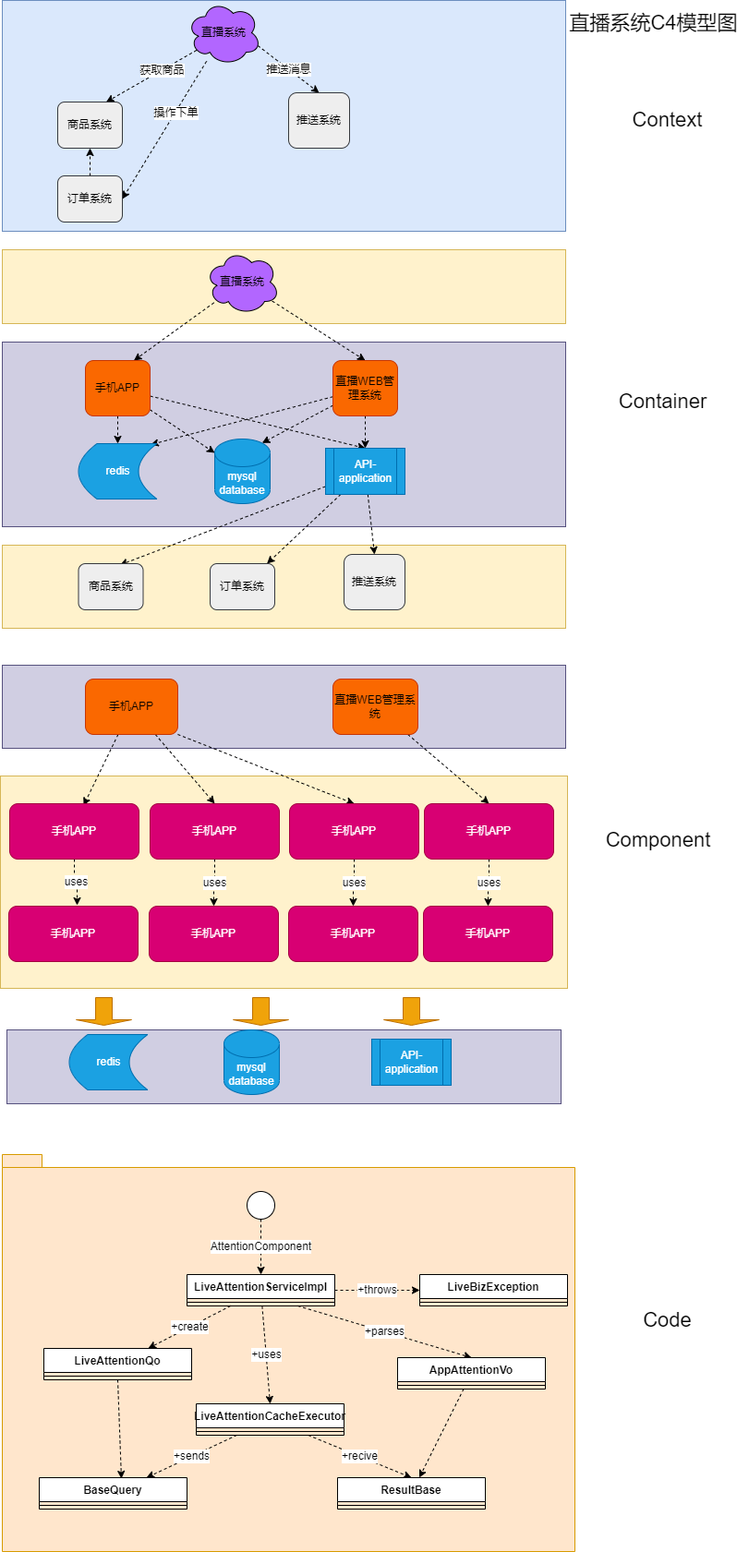
Above: live_c4.png in MrPeachHua/draw (draw.io), before the change. Source tidied: cells renumbered, new cells last; positions are measured from the earlier drawing's top-left corner, leaving out a move shared by most shapes.
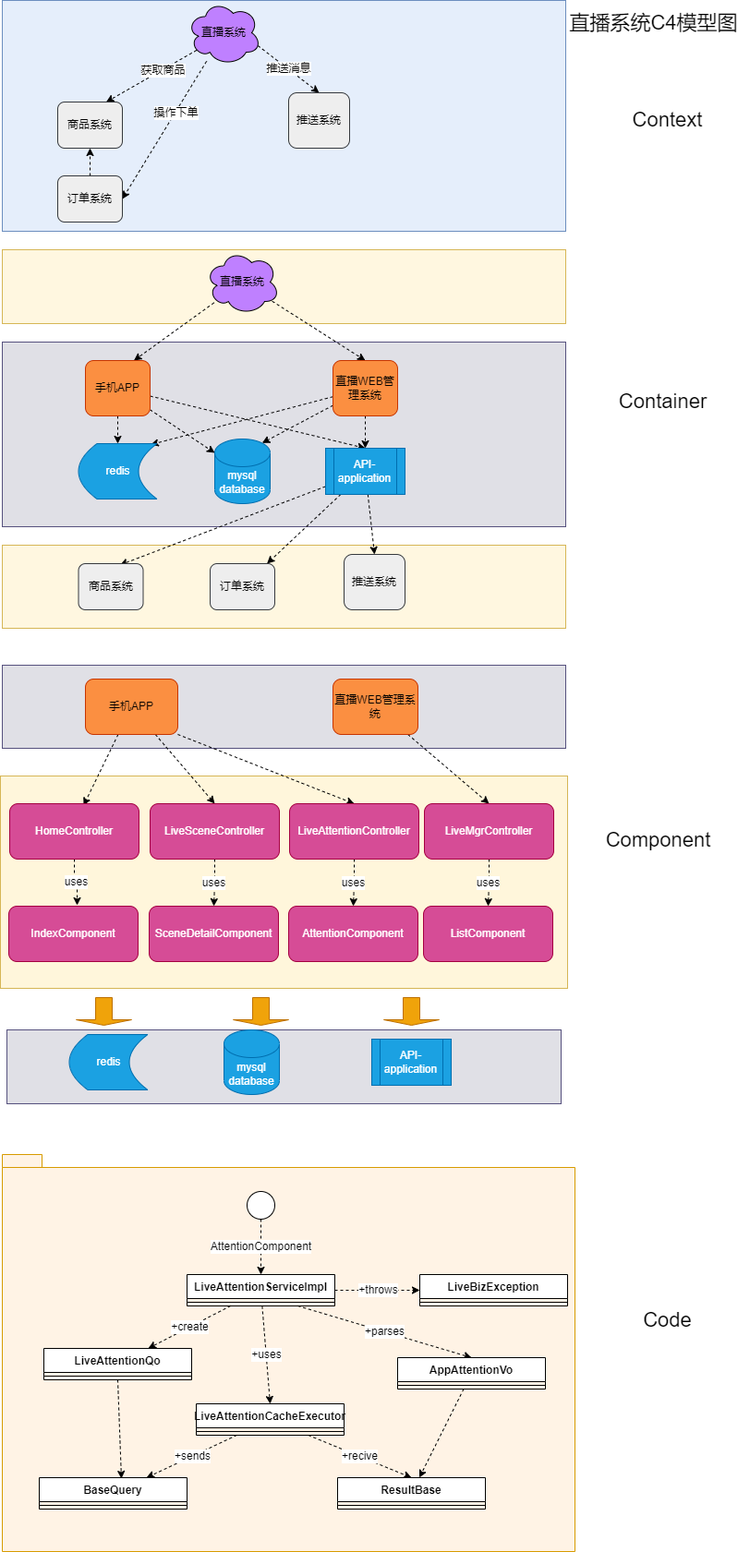
The same file after the commit.

What changed in the source:
```diff
@@ -2,16 +2,16 @@
   <root>
     <mxCell id="0" />
     <mxCell id="1" parent="0" />
-    <mxCell id="2" style="rounded=0;whiteSpace=wrap;html=1;fillColor=#fff2cc;strokeColor=#d6b656;" parent="1" vertex="1">
+    <mxCell id="2" style="rounded=0;whiteSpace=wrap;html=1;fillColor=#FFF6DB;strokeColor=#d6b656;" parent="1" vertex="1">
       <mxGeometry y="840" width="614" height="230" as="geometry" />
     </mxCell>
-    <mxCell id="3" style="rounded=0;whiteSpace=wrap;html=1;fillColor=#d0cee2;strokeColor=#56517e;" parent="1" vertex="1">
+    <mxCell id="3" style="rounded=0;whiteSpace=wrap;html=1;fillColor=#E0E0E6;strokeColor=#56517e;" parent="1" vertex="1">
       <mxGeometry x="2" y="370" width="610" height="200" as="geometry" />
     </mxCell>
-    <mxCell id="4" style="rounded=0;whiteSpace=wrap;html=1;fillColor=#fff2cc;strokeColor=#d6b656;" parent="1" vertex="1">
+    <mxCell id="4" style="rounded=0;whiteSpace=wrap;html=1;fillColor=#FFF7E0;strokeColor=#d6b656;" parent="1" vertex="1">
       <mxGeometry x="2" y="590" width="610" height="90" as="geometry" />
     </mxCell>
-    <mxCell id="5" style="rounded=0;whiteSpace=wrap;html=1;fillColor=#dae8fc;strokeColor=#6c8ebf;" parent="1" vertex="1">
+    <mxCell id="5" style="rounded=0;whiteSpace=wrap;html=1;fillColor=#E5EEFB;strokeColor=#6c8ebf;" parent="1" vertex="1">
       <mxGeometry x="2" width="610" height="250" as="geometry" />
     </mxCell>
     <mxCell id="6" style="rounded=0;jettySize=auto;html=1;exitX=0.13;exitY=0.77;exitDx=0;exitDy=0;exitPerimeter=0;entryX=0.75;entryY=0;entryDx=0;entryDy=0;dashed=1;" parent="1" edge="1" source="11" target="12">
@@ -29,7 +29,7 @@
     <mxCell id="10" value="操作下单" style="edgeLabel;html=1;align=center;verticalAlign=middle;" parent="9" vertex="1">
       <mxGeometry x="-0.26" relative="1" as="geometry" />
     </mxCell>
-    <mxCell id="11" value="直播系统" style="ellipse;shape=cloud;whiteSpace=wrap;html=1;fillColor=#B266FF;" parent="1" vertex="1">
+    <mxCell id="11" value="直播系统" style="ellipse;shape=cloud;whiteSpace=wrap;html=1;fillColor=#BF80FF;" parent="1" vertex="1">
       <mxGeometry x="202" width="80" height="70" as="geometry" />
     </mxCell>
     <mxCell id="12" value="商品系统" style="rounded=1;whiteSpace=wrap;html=1;fillColor=#eeeeee;strokeColor=#36393d;" parent="1" vertex="1">
@@ -44,7 +44,7 @@
     <mxCell id="15" value="推送系统" style="rounded=1;whiteSpace=wrap;html=1;fillColor=#eeeeee;strokeColor=#36393d;" parent="1" vertex="1">
       <mxGeometry x="312" y="100" width="66" height="60" as="geometry" />
     </mxCell>
-    <mxCell id="16" style="rounded=0;whiteSpace=wrap;html=1;fillColor=#fff2cc;strokeColor=#d6b656;" parent="1" vertex="1">
+    <mxCell id="16" style="rounded=0;whiteSpace=wrap;html=1;fillColor=#FFF7E0;strokeColor=#d6b656;" parent="1" vertex="1">
       <mxGeometry x="2" y="270" width="610" height="80" as="geometry" />
     </mxCell>
     <mxCell id="17" style="edgeStyle=none;rounded=0;jettySize=auto;html=1;entryX=0.75;entryY=0;entryDx=0;entryDy=0;dashed=1;fontSize=22;" parent="1" edge="1" source="19" target="23">
@@ -53,7 +53,7 @@
     <mxCell id="18" style="edgeStyle=none;rounded=0;jettySize=auto;html=1;entryX=0.5;entryY=0;entryDx=0;entryDy=0;dashed=1;fontSize=22;" parent="1" edge="1" source="19" target="27">
       <mxGeometry relative="1" as="geometry" />
     </mxCell>
-    <mxCell id="19" value="直播系统" style="ellipse;shape=cloud;whiteSpace=wrap;html=1;fillColor=#B266FF;" parent="1" vertex="1">
+    <mxCell id="19" value="直播系统" style="ellipse;shape=cloud;whiteSpace=wrap;html=1;fillColor=#BF80FF;" parent="1" vertex="1">
       <mxGeometry x="222" y="270" width="80" height="70" as="geometry" />
     </mxCell>
     <mxCell id="20" style="edgeStyle=none;rounded=0;jettySize=auto;html=1;exitX=0.5;exitY=1;exitDx=0;exitDy=0;entryX=0.5;entryY=0;entryDx=0;entryDy=0;dashed=1;" parent="1" edge="1" source="23" target="29">
@@ -65,7 +65,7 @@
     <mxCell id="22" style="edgeStyle=none;rounded=0;jettySize=auto;html=1;entryX=0.5;entryY=0;entryDx=0;entryDy=0;dashed=1;" parent="1" edge="1" source="23" target="33">
       <mxGeometry relative="1" as="geometry" />
     </mxCell>
-    <mxCell id="23" value="手机APP" style="rounded=1;whiteSpace=wrap;html=1;fillColor=#fa6800;fontColor=#000000;strokeColor=#C73500;" parent="1" vertex="1">
+    <mxCell id="23" value="手机APP" style="rounded=1;whiteSpace=wrap;html=1;fillColor=#FB8F41;fontColor=#000000;strokeColor=#C73500;" parent="1" vertex="1">
       <mxGeometry x="92" y="390" width="70" height="60" as="geometry" />
     </mxCell>
     <mxCell id="24" style="edgeStyle=none;rounded=0;jettySize=auto;html=1;entryX=0.92;entryY=0.018;entryDx=0;entryDy=0;entryPerimeter=0;dashed=1;" parent="1" edge="1" source="27" target="29">
@@ -77,7 +77,7 @@
     <mxCell id="26" style="edgeStyle=none;rounded=0;jettySize=auto;html=1;dashed=1;" parent="1" edge="1" source="27" target="33">
       <mxGeometry relative="1" as="geometry" />
     </mxCell>
-    <mxCell id="27" value="直播WEB管理系统" style="rounded=1;whiteSpace=wrap;html=1;fillColor=#fa6800;fontColor=#000000;strokeColor=#C73500;" parent="1" vertex="1">
+    <mxCell id="27" value="直播WEB管理系统" style="rounded=1;whiteSpace=wrap;html=1;fillColor=#FB8F41;fontColor=#000000;strokeColor=#C73500;" parent="1" vertex="1">
       <mxGeometry x="360" y="390" width="70" height="60" as="geometry" />
     </mxCell>
     <mxCell id="28" value="mysql database" style="shape=cylinder3;whiteSpace=wrap;html=1;boundedLbl=1;backgroundOutline=1;size=15;fillColor=#1ba1e2;fontColor=#ffffff;strokeColor=#006EAF;" parent="1" vertex="1">
@@ -107,7 +107,7 @@
     <mxCell id="36" value="订单系统" style="rounded=1;whiteSpace=wrap;html=1;fillColor=#eeeeee;strokeColor=#36393d;" parent="1" vertex="1">
       <mxGeometry x="227" y="610" width="70" height="50" as="geometry" />
     </mxCell>
-    <mxCell id="37" style="rounded=0;whiteSpace=wrap;html=1;fillColor=#d0cee2;strokeColor=#56517e;" parent="1" vertex="1">
+    <mxCell id="37" style="rounded=0;whiteSpace=wrap;html=1;fillColor=#E0E0E6;strokeColor=#56517e;" parent="1" vertex="1">
       <mxGeometry x="2" y="720" width="610" height="90" as="geometry" />
     </mxCell>
     <mxCell id="38" style="edgeStyle=none;rounded=0;jettySize=auto;html=1;entryX=0.571;entryY=0.033;entryDx=0;entryDy=0;entryPerimeter=0;dashed=1;" parent="1" edge="1" source="41" target="62">
@@ -119,16 +119,16 @@
     <mxCell id="40" style="edgeStyle=none;rounded=0;jettySize=auto;html=1;exitX=1;exitY=1;exitDx=0;exitDy=0;entryX=0.5;entryY=0;entryDx=0;entryDy=0;dashed=1;" parent="1" edge="1" source="41" target="58">
       <mxGeometry relative="1" as="geometry" />
     </mxCell>
-    <mxCell id="41" value="手机APP" style="rounded=1;whiteSpace=wrap;html=1;fillColor=#fa6800;fontColor=#000000;strokeColor=#C73500;" parent="1" vertex="1">
+    <mxCell id="41" value="手机APP" style="rounded=1;whiteSpace=wrap;html=1;fillColor=#FB8F41;fontColor=#000000;strokeColor=#C73500;" parent="1" vertex="1">
       <mxGeometry x="92" y="735" width="100" height="60" as="geometry" />
     </mxCell>
     <mxCell id="42" style="edgeStyle=none;rounded=0;jettySize=auto;html=1;entryX=0.5;entryY=0;entryDx=0;entryDy=0;dashed=1;" parent="1" edge="1" source="43" target="60">
       <mxGeometry relative="1" as="geometry" />
     </mxCell>
-    <mxCell id="43" value="直播WEB管理系统" style="rounded=1;whiteSpace=wrap;html=1;fillColor=#fa6800;fontColor=#000000;strokeColor=#C73500;" parent="1" vertex="1">
+    <mxCell id="43" value="直播WEB管理系统" style="rounded=1;whiteSpace=wrap;html=1;fillColor=#FB8F41;fontColor=#000000;strokeColor=#C73500;" parent="1" vertex="1">
       <mxGeometry x="360" y="735" width="92" height="60" as="geometry" />
     </mxCell>
-    <mxCell id="44" style="rounded=0;whiteSpace=wrap;html=1;fillColor=#d0cee2;strokeColor=#56517e;" parent="1" vertex="1">
+    <mxCell id="44" style="rounded=0;whiteSpace=wrap;html=1;fillColor=#E0E0E6;strokeColor=#56517e;" parent="1" vertex="1">
       <mxGeometry x="7" y="1115" width="600" height="80" as="geometry" />
     </mxCell>
     <mxCell id="45" value="redis" style="shape=dataStorage;whiteSpace=wrap;html=1;fixedSize=1;fillColor=#1ba1e2;fontColor=#ffffff;strokeColor=#006EAF;" parent="1" vertex="1">
@@ -149,34 +149,34 @@
     <mxCell id="50" style="shape=singleArrow;direction=south;whiteSpace=wrap;html=1;fillColor=#f0a30a;fontColor=#000000;strokeColor=#BD7000;" parent="1" vertex="1">
       <mxGeometry x="415" y="1080" width="60" height="30" as="geometry" />
     </mxCell>
-    <mxCell id="51" value="手机APP" style="rounded=1;whiteSpace=wrap;html=1;fillColor=#d80073;fontColor=#ffffff;strokeColor=#A50040;" parent="1" vertex="1">
+    <mxCell id="51" value="SceneDetailComponent" style="rounded=1;whiteSpace=wrap;html=1;fillColor=#D64C96;fontColor=#ffffff;strokeColor=#A50040;" parent="1" vertex="1">
       <mxGeometry x="161" y="981" width="140" height="60" as="geometry" />
     </mxCell>
-    <mxCell id="52" value="手机APP" style="rounded=1;whiteSpace=wrap;html=1;fillColor=#d80073;fontColor=#ffffff;strokeColor=#A50040;" parent="1" vertex="1">
+    <mxCell id="52" value="AttentionComponent" style="rounded=1;whiteSpace=wrap;html=1;fillColor=#D64C96;fontColor=#ffffff;strokeColor=#A50040;" parent="1" vertex="1">
       <mxGeometry x="312" y="981" width="140" height="60" as="geometry" />
     </mxCell>
-    <mxCell id="53" value="手机APP" style="rounded=1;whiteSpace=wrap;html=1;fillColor=#d80073;fontColor=#ffffff;strokeColor=#A50040;" parent="1" vertex="1">
+    <mxCell id="53" value="ListComponent" style="rounded=1;whiteSpace=wrap;html=1;fillColor=#D64C96;fontColor=#ffffff;strokeColor=#A50040;" parent="1" vertex="1">
       <mxGeometry x="458" y="981" width="140" height="60" as="geometry" />
     </mxCell>
-    <mxCell id="54" value="手机APP" style="rounded=1;whiteSpace=wrap;html=1;fillColor=#d80073;fontColor=#ffffff;strokeColor=#A50040;" parent="1" vertex="1">
+    <mxCell id="54" value="IndexComponent" style="rounded=1;whiteSpace=wrap;html=1;fillColor=#D64C96;fontColor=#ffffff;strokeColor=#A50040;" parent="1" vertex="1">
       <mxGeometry x="9" y="981" width="140" height="60" as="geometry" />
     </mxCell>
     <mxCell id="55" value="uses" style="edgeStyle=orthogonalEdgeStyle;rounded=0;jettySize=auto;html=1;entryX=0.5;entryY=0;entryDx=0;entryDy=0;dashed=1;" parent="1" edge="1" source="56" target="51">
       <mxGeometry relative="1" as="geometry" />
     </mxCell>
-    <mxCell id="56" value="手机APP" style="rounded=1;whiteSpace=wrap;html=1;fillColor=#d80073;fontColor=#ffffff;strokeColor=#A50040;" parent="1" vertex="1">
+    <mxCell id="56" value="LiveSceneController" style="rounded=1;whiteSpace=wrap;html=1;fillColor=#D64C96;fontColor=#ffffff;strokeColor=#A50040;" parent="1" vertex="1">
       <mxGeometry x="162" y="870" width="140" height="60" as="geometry" />
     </mxCell>
     <mxCell id="57" value="uses" style="edgeStyle=orthogonalEdgeStyle;rounded=0;jettySize=auto;html=1;entryX=0.5;entryY=0;entryDx=0;entryDy=0;dashed=1;" parent="1" edge="1" source="58" target="52">
       <mxGeometry relative="1" as="geometry" />
     </mxCell>
-    <mxCell id="58" value="手机APP" style="rounded=1;whiteSpace=wrap;html=1;fillColor=#d80073;fontColor=#ffffff;strokeColor=#A50040;" parent="1" vertex="1">
+    <mxCell id="58" value="LiveAttentionController" style="rounded=1;whiteSpace=wrap;html=1;fillColor=#D64C96;fontColor=#ffffff;strokeColor=#A50040;" parent="1" vertex="1">
       <mxGeometry x="313" y="870" width="140" height="60" as="geometry" />
     </mxCell>
     <mxCell id="59" value="uses" style="edgeStyle=orthogonalEdgeStyle;rounded=0;jettySize=auto;html=1;entryX=0.5;entryY=0;entryDx=0;entryDy=0;dashed=1;" parent="1" edge="1" source="60" target="53">
       <mxGeometry relative="1" as="geometry" />
     </mxCell>
-    <mxCell id="60" value="手机APP" style="rounded=1;whiteSpace=wrap;html=1;fillColor=#d80073;fontColor=#ffffff;strokeColor=#A50040;" parent="1" vertex="1">
+    <mxCell id="60" value="LiveMgrController" style="rounded=1;whiteSpace=wrap;html=1;fillColor=#D64C96;fontColor=#ffffff;strokeColor=#A50040;" parent="1" vertex="1">
       <mxGeometry x="459" y="870" width="140" height="60" as="geometry" />
     </mxCell>
     <mxCell id="61" value="uses" style="edgeStyle=orthogonalEdgeStyle;rounded=0;jettySize=auto;html=1;dashed=1;" parent="1" edge="1" source="62">
@@ -184,10 +184,10 @@
         <mxPoint x="83" y="980" as="targetPoint" />
       </mxGeometry>
     </mxCell>
-    <mxCell id="62" value="手机APP" style="rounded=1;whiteSpace=wrap;html=1;fillColor=#d80073;fontColor=#ffffff;strokeColor=#A50040;" parent="1" vertex="1">
+    <mxCell id="62" value="HomeController" style="rounded=1;whiteSpace=wrap;html=1;fillColor=#D64C96;fontColor=#ffffff;strokeColor=#A50040;" parent="1" vertex="1">
       <mxGeometry x="10" y="870" width="140" height="60" as="geometry" />
     </mxCell>
-    <mxCell id="63" style="shape=folder;fontStyle=1;spacingTop=10;tabWidth=40;tabHeight=14;tabPosition=left;html=1;fillColor=#ffe6cc;strokeColor=#d79b00;" parent="1" vertex="1">
+    <mxCell id="63" style="shape=folder;fontStyle=1;spacingTop=10;tabWidth=40;tabHeight=14;tabPosition=left;html=1;fillColor=#FFF3E5;strokeColor=#d79b00;" parent="1" vertex="1">
       <mxGeometry x="2" y="1250" width="620" height="430" as="geometry" />
     </mxCell>
     <mxCell id="64" value="+create" style="rounded=0;jettySize=auto;html=1;dashed=1;" parent="1" edge="1" source="68" target="73">
```
